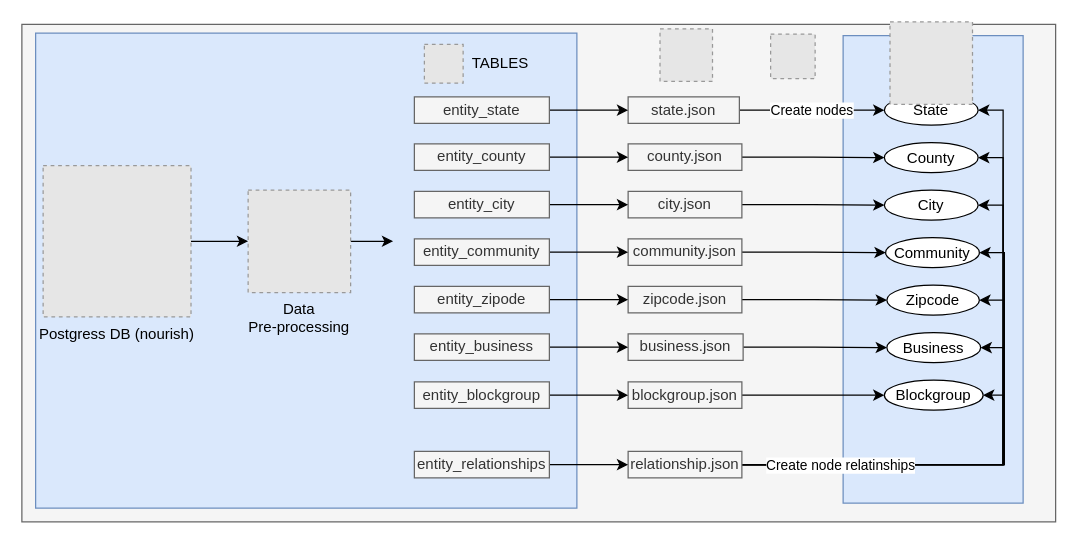
swhoyle/business-opportunity-graph keeps this draw.io diagram as page "Page-2" (3 of 3) of graph_model.drawio. Above is the earlier version. Source tidied: cells renumbered, new cells numbered last; positions are measured from the earlier drawing's top-left corner, leaving out a move shared by most shapes. Both pictures are drawn from the tidied source at 125%, with x=0, y=0 at pixel (21, 21). Pictures stored in the file or linked from it are replaced by grey dashed boxes.
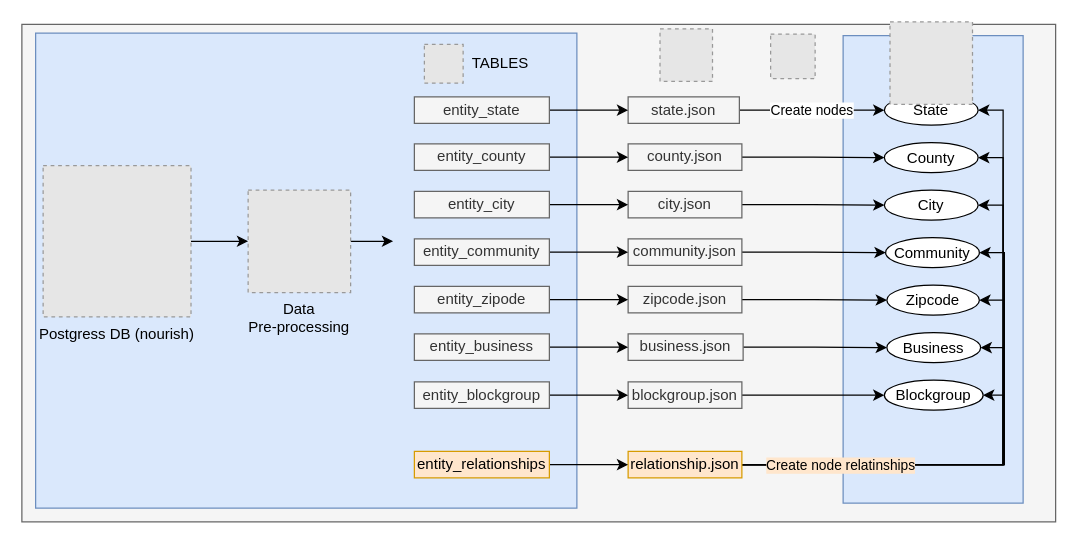
The same page after the edit.

The change refers to these unchanged cells:
```xml
<mxCell id="37" style="edgeStyle=orthogonalEdgeStyle;rounded=0;jettySize=auto;html=1;exitX=1;exitY=0.5;exitDx=0;exitDy=0;entryX=1;entryY=0.5;entryDx=0;entryDy=0;" parent="1" edge="1" source="39" target="23">
  <mxGeometry relative="1" as="geometry" />
</mxCell>
```

The edit, as a diff of the source:
```diff
@@
-    <mxCell id="38" value="Create node relatinships" style="edgeLabel;html=1;align=center;verticalAlign=middle;" parent="37" vertex="1">
+    <mxCell id="38" value="Create node relatinships" style="edgeLabel;html=1;align=center;verticalAlign=middle;labelBackgroundColor=#FFE6CC;" parent="37" vertex="1">
       <mxGeometry x="-0.8" y="1" relative="1" as="geometry">
         <mxPoint x="27" y="1" as="offset" />
       </mxGeometry>
     </mxCell>
-    <mxCell id="39" value="&lt;span style=&quot;text-wrap-mode: nowrap;&quot;&gt;relationship.json&lt;/span&gt;" style="text;html=1;whiteSpace=wrap;strokeColor=#666666;fillColor=#f5f5f5;align=center;verticalAlign=middle;rounded=0;fontColor=#333333;labelBackgroundColor=none;" parent="1" vertex="1">
+    <mxCell id="39" value="&lt;span style=&quot;text-wrap-mode: nowrap;&quot;&gt;relationship.json&lt;/span&gt;" style="text;html=1;whiteSpace=wrap;strokeColor=#d79b00;fillColor=#ffe6cc;align=center;verticalAlign=middle;rounded=0;labelBackgroundColor=none;" parent="1" vertex="1">
       <mxGeometry x="485" y="343.6" width="91" height="21.2" as="geometry" />
     </mxCell>
@@
-    <mxCell id="57" value="&lt;span style=&quot;text-wrap-mode: nowrap;&quot;&gt;entity_relationships&lt;/span&gt;" style="text;html=1;whiteSpace=wrap;strokeColor=#666666;fillColor=#f5f5f5;align=center;verticalAlign=middle;rounded=0;fontColor=#333333;labelBackgroundColor=none;" parent="1" vertex="1">
+    <mxCell id="57" value="&lt;span style=&quot;text-wrap-mode: nowrap;&quot;&gt;entity_relationships&lt;/span&gt;" style="text;html=1;whiteSpace=wrap;strokeColor=#d79b00;fillColor=#ffe6cc;align=center;verticalAlign=middle;rounded=0;labelBackgroundColor=none;" parent="1" vertex="1">
       <mxGeometry x="314" y="343.6" width="108" height="21.2" as="geometry" />
     </mxCell>
```
